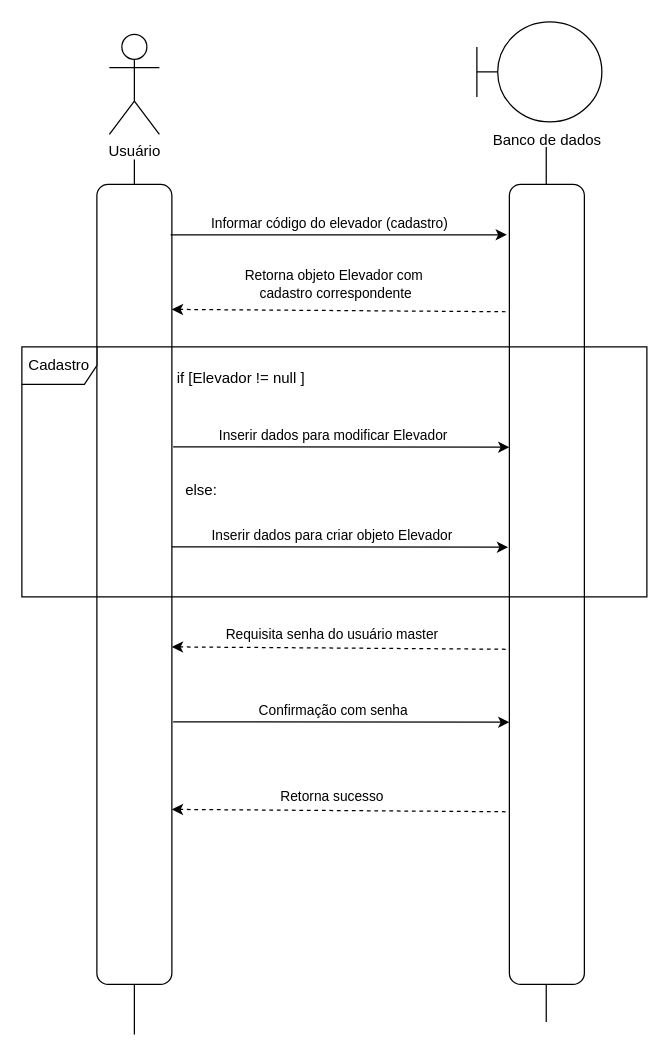
This is SequenciaCadastroEle.drawio from joca2511/projElevadorUML, a draw.io file, before an edit. Source tidied: cells renumbered, new cells numbered last; positions are measured from the earlier drawing's top-left corner, leaving out a move shared by most shapes. Both pictures are drawn from the tidied source at 125%, with x=0, y=0 at pixel (-266, 21).
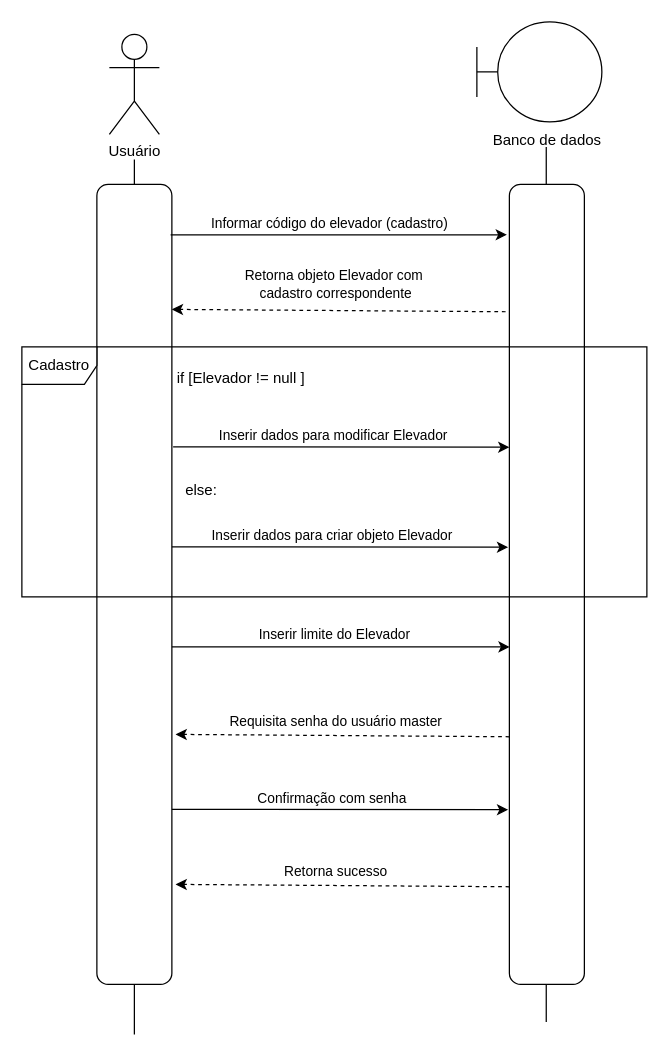
After the change.

Diff of the diagram source:
```diff
@@
     <mxCell id="22" style="endArrow=classic;html=1;rounded=0;exitX=0.222;exitY=1.05;exitDx=0;exitDy=0;exitPerimeter=0;entryX=0.219;entryY=0;entryDx=0;entryDy=0;entryPerimeter=0;endFill=1;strokeColor=default;dashed=1;" parent="1" edge="1">
       <mxGeometry relative="1" as="geometry">
-        <mxPoint x="617" y="501.9" as="sourcePoint" />
-        <mxPoint x="350" y="500" as="targetPoint" />
+        <mxPoint x="620" y="571.9" as="sourcePoint" />
+        <mxPoint x="353" y="570" as="targetPoint" />
       </mxGeometry>
     </mxCell>
@@
     <mxCell id="24" style="endArrow=classic;html=1;rounded=0;exitX=0.063;exitY=0.017;exitDx=0;exitDy=0;exitPerimeter=0;entryX=0.063;entryY=1.033;entryDx=0;entryDy=0;entryPerimeter=0;" parent="1" edge="1">
       <mxGeometry relative="1" as="geometry">
-        <mxPoint x="351" y="560" as="sourcePoint" />
-        <mxPoint x="620" y="560.3" as="targetPoint" />
+        <mxPoint x="350" y="630" as="sourcePoint" />
+        <mxPoint x="619" y="630.3" as="targetPoint" />
       </mxGeometry>
     </mxCell>
@@
     <mxCell id="26" style="endArrow=classic;html=1;rounded=0;exitX=0.222;exitY=1.05;exitDx=0;exitDy=0;exitPerimeter=0;entryX=0.219;entryY=0;entryDx=0;entryDy=0;entryPerimeter=0;endFill=1;strokeColor=default;dashed=1;" parent="1" edge="1">
       <mxGeometry relative="1" as="geometry">
-        <mxPoint x="617" y="631.9" as="sourcePoint" />
-        <mxPoint x="350" y="630" as="targetPoint" />
+        <mxPoint x="620" y="691.9" as="sourcePoint" />
+        <mxPoint x="353" y="690" as="targetPoint" />
       </mxGeometry>
     </mxCell>
@@
+    <mxCell id="28" value="Inserir limite do Elevador" style="endArrow=classic;html=1;rounded=0;exitX=0.472;exitY=0.004;exitDx=0;exitDy=0;exitPerimeter=0;entryX=0.472;entryY=1;entryDx=0;entryDy=0;entryPerimeter=0;" parent="1" edge="1">
+      <mxGeometry x="-0.04" y="10" relative="1" as="geometry">
+        <mxPoint x="350" y="500" as="sourcePoint" />
+        <mxPoint x="620.2" y="500" as="targetPoint" />
+      </mxGeometry>
+    </mxCell>
```
